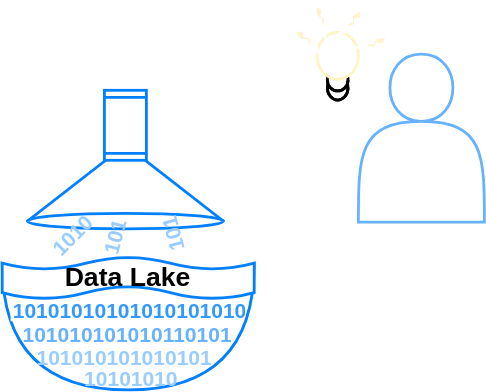
lizhebio/doc-ANNOVAR keeps this draw.io diagram as datalake.svg. Above is the earlier version. Source tidied: cells renumbered, new cells last; positions are measured from the earlier drawing's top-left corner, leaving out a move shared by most shapes.
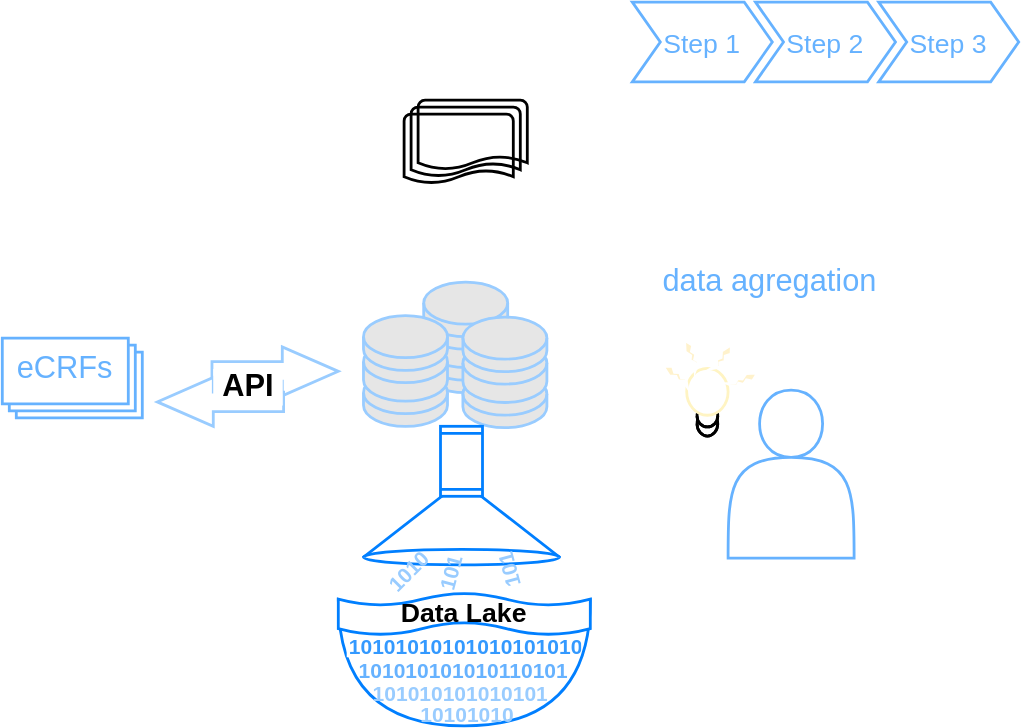
The same file after the commit.

The edit, as a diff of the source:
```diff
@@ -2,11 +2,20 @@
   <root>
     <mxCell id="0" />
     <mxCell id="1" parent="0" />
-    <mxCell id="2" style="verticalLabelPosition=bottom;verticalAlign=top;html=1;shape=mxgraph.basic.cone;fontSize=19;fontColor=#66B2FF;strokeColor=#007FFF;strokeWidth=2;" parent="1" vertex="1">
-      <mxGeometry x="18" y="102" width="140" height="60" as="geometry" />
-    </mxCell>
+    <mxCell id="25" style="group;" parent="1" vertex="1">
+      <mxGeometry x="37" y="-40" width="60" height="79" as="geometry" />
+    </mxCell>
+    <mxCell id="26" style="shape=cylinder3;whiteSpace=wrap;html=1;boundedLbl=1;backgroundOutline=1;size=15;fontSize=22;fontColor=#66B2FF;strokeColor=#99CCFF;strokeWidth=2;fillColor=#E6E6E6;" parent="25" vertex="1">
+      <mxGeometry y="40" width="60" height="39" as="geometry" />
+    </mxCell>
+    <mxCell id="27" style="shape=cylinder3;whiteSpace=wrap;html=1;boundedLbl=1;backgroundOutline=1;size=15;fontSize=22;fontColor=#66B2FF;strokeColor=#99CCFF;strokeWidth=2;fillColor=#E6E6E6;" parent="25" vertex="1">
+      <mxGeometry y="17.8" width="60" height="43.2" as="geometry" />
+    </mxCell>
+    <mxCell id="28" style="shape=cylinder3;whiteSpace=wrap;html=1;boundedLbl=1;backgroundOutline=1;size=15;fontSize=22;fontColor=#66B2FF;strokeColor=#99CCFF;strokeWidth=2;fillColor=#E6E6E6;" parent="25" vertex="1">
+      <mxGeometry width="60" height="39" as="geometry" />
+    </mxCell>
     <mxCell id="3" style="group;" parent="1" vertex="1">
-      <mxGeometry y="182" width="180" height="95" as="geometry" />
+      <mxGeometry x="-24" y="182" width="180" height="95" as="geometry" />
     </mxCell>
     <mxCell id="4" style="shape=xor;whiteSpace=wrap;html=1;direction=south;strokeColor=#007FFF;strokeWidth=2;" parent="3" vertex="1">
       <mxGeometry y="5" width="180" height="90" as="geometry" />
@@ -32,18 +41,6 @@
     <mxCell id="11" value="&lt;h4&gt;&lt;b&gt;&lt;font style=&quot;font-size: 19px;&quot; color=&quot;#000000&quot;&gt;Data Lake&lt;/font&gt;&lt;/b&gt;&lt;/h4&gt;" style="text;html=1;strokeColor=none;fillColor=none;align=center;verticalAlign=middle;whiteSpace=wrap;rounded=0;fontSize=15;fontColor=#3399FF;" parent="3" vertex="1">
       <mxGeometry x="37" width="106" height="30" as="geometry" />
     </mxCell>
-    <mxCell id="12" style="shape=process;whiteSpace=wrap;html=1;backgroundOutline=1;fontSize=19;fontColor=#66B2FF;strokeColor=#007FFF;strokeWidth=2;direction=south;" parent="1" vertex="1">
-      <mxGeometry x="73" y="63" width="30" height="50" as="geometry" />
-    </mxCell>
-    <mxCell id="13" value="&lt;h1&gt;&lt;font color=&quot;#99ccff&quot; style=&quot;font-size: 15px;&quot;&gt;1010&lt;/font&gt;&lt;/h1&gt;" style="text;html=1;strokeColor=none;fillColor=none;spacing=5;spacingTop=-20;whiteSpace=wrap;overflow=hidden;rounded=0;rotation=-45;" parent="1" vertex="1">
-      <mxGeometry x="22.7" y="145.3" width="48" height="30" as="geometry" />
-    </mxCell>
-    <mxCell id="14" value="&lt;h1&gt;&lt;font color=&quot;#99ccff&quot; style=&quot;font-size: 15px;&quot;&gt;101&lt;/font&gt;&lt;/h1&gt;" style="text;html=1;strokeColor=none;fillColor=none;spacing=5;spacingTop=-20;whiteSpace=wrap;overflow=hidden;rounded=0;rotation=-75;" parent="1" vertex="1">
-      <mxGeometry x="56" y="150" width="36" height="30" as="geometry" />
-    </mxCell>
-    <mxCell id="15" value="&lt;h1&gt;&lt;font color=&quot;#99ccff&quot; style=&quot;font-size: 15px;&quot;&gt;101&lt;/font&gt;&lt;/h1&gt;" style="text;html=1;strokeColor=none;fillColor=none;spacing=5;spacingTop=-20;whiteSpace=wrap;overflow=hidden;rounded=0;rotation=-105;" parent="1" vertex="1">
-      <mxGeometry x="97" y="152" width="36" height="30" as="geometry" />
-    </mxCell>
     <mxCell id="16" style="group;" parent="1" vertex="1">
       <mxGeometry x="206" width="138.4" height="157.2" as="geometry" />
     </mxCell>
@@ -71,5 +68,83 @@
     <mxCell id="24" style="shape=actor;whiteSpace=wrap;html=1;fontSize=19;fontColor=#66B2FF;strokeColor=#66B2FF;strokeWidth=2;fillColor=#FFFFFF;" parent="16" vertex="1">
       <mxGeometry x="48.4" y="37.2" width="90" height="120" as="geometry" />
     </mxCell>
+    <mxCell id="29" style="group;" parent="1" vertex="1">
+      <mxGeometry x="-264" width="100" height="57" as="geometry" />
+    </mxCell>
+    <mxCell id="30" style="verticalLabelPosition=bottom;verticalAlign=top;html=1;shape=mxgraph.basic.layered_rect;dx=10;fontSize=19;fontColor=#66B2FF;strokeColor=#66B2FF;strokeWidth=2;fillColor=#FFFFFF;" parent="29" vertex="1">
+      <mxGeometry width="100" height="57" as="geometry" />
+    </mxCell>
+    <mxCell id="31" value="eCRFs" style="text;html=1;strokeColor=none;fillColor=none;align=center;verticalAlign=middle;whiteSpace=wrap;rounded=0;fontSize=22;fontColor=#66B2FF;" parent="29" vertex="1">
+      <mxGeometry x="15" y="6.7" width="60" height="30" as="geometry" />
+    </mxCell>
+    <mxCell id="32" value="Step 3" style="shape=step;perimeter=stepPerimeter;fixedSize=1;fontSize=19;fontColor=#66B2FF;strokeColor=#66B2FF;strokeWidth=2;fillColor=#FFFFFF;" parent="1" vertex="1">
+      <mxGeometry x="362" y="-240" width="100" height="57" as="geometry" />
+    </mxCell>
+    <mxCell id="33" value="Step 2" style="shape=step;perimeter=stepPerimeter;fixedSize=1;fontSize=19;fontColor=#66B2FF;strokeColor=#66B2FF;strokeWidth=2;fillColor=#FFFFFF;" parent="1" vertex="1">
+      <mxGeometry x="274" y="-240" width="100" height="57" as="geometry" />
+    </mxCell>
+    <mxCell id="34" value="Step 1" style="shape=step;perimeter=stepPerimeter;fixedSize=1;fontSize=19;fontColor=#66B2FF;strokeColor=#66B2FF;strokeWidth=2;fillColor=#FFFFFF;" parent="1" vertex="1">
+      <mxGeometry x="186" y="-240" width="100" height="57" as="geometry" />
+    </mxCell>
+    <mxCell id="35" style="group;" parent="1" vertex="1">
+      <mxGeometry x="-153.3" y="6.3" width="129.3" height="56.7" as="geometry" />
+    </mxCell>
+    <mxCell id="36" style="verticalLabelPosition=bottom;verticalAlign=top;html=1;strokeWidth=2;shape=mxgraph.arrows2.arrow;dy=0.6;dx=40;notch=0;fontSize=19;fontColor=#66B2FF;fillColor=#FFFFFF;strokeColor=#99CCFF;" parent="35" vertex="1">
+      <mxGeometry x="39.1" width="90.2" height="34.9" as="geometry" />
+    </mxCell>
+    <mxCell id="37" style="verticalLabelPosition=bottom;verticalAlign=top;html=1;strokeWidth=2;shape=mxgraph.arrows2.arrow;dy=0.6;dx=40;notch=0;fontSize=19;fontColor=#66B2FF;fillColor=#FFFFFF;direction=west;strokeColor=#99CCFF;" parent="35" vertex="1">
+      <mxGeometry y="21.8" width="90.2" height="34.9" as="geometry" />
+    </mxCell>
+    <mxCell id="38" value="&lt;b&gt;&lt;font style=&quot;font-size: 22px;&quot;&gt;API&lt;/font&gt;&lt;/b&gt;" style="text;html=1;align=center;verticalAlign=middle;whiteSpace=wrap;rounded=0;fontSize=19;fillColor=#FFFFFF;" parent="35" vertex="1">
+      <mxGeometry x="40" y="15.7" width="49.6" height="26.2" as="geometry" />
+    </mxCell>
+    <mxCell id="39" style="group;" parent="1" vertex="1">
+      <mxGeometry x="-6" y="-16" width="60" height="79" as="geometry" />
+    </mxCell>
+    <mxCell id="40" style="shape=cylinder3;whiteSpace=wrap;html=1;boundedLbl=1;backgroundOutline=1;size=15;fontSize=22;fontColor=#66B2FF;strokeColor=#99CCFF;strokeWidth=2;fillColor=#E6E6E6;" parent="39" vertex="1">
+      <mxGeometry y="40" width="60" height="39" as="geometry" />
+    </mxCell>
+    <mxCell id="41" style="shape=cylinder3;whiteSpace=wrap;html=1;boundedLbl=1;backgroundOutline=1;size=15;fontSize=22;fontColor=#66B2FF;strokeColor=#99CCFF;strokeWidth=2;fillColor=#E6E6E6;" parent="39" vertex="1">
+      <mxGeometry y="17.8" width="60" height="43.2" as="geometry" />
+    </mxCell>
+    <mxCell id="42" style="shape=cylinder3;whiteSpace=wrap;html=1;boundedLbl=1;backgroundOutline=1;size=15;fontSize=22;fontColor=#66B2FF;strokeColor=#99CCFF;strokeWidth=2;fillColor=#E6E6E6;" parent="39" vertex="1">
+      <mxGeometry width="60" height="39" as="geometry" />
+    </mxCell>
+    <mxCell id="43" style="group;" parent="1" vertex="1">
+      <mxGeometry x="65" y="-15" width="60" height="79" as="geometry" />
+    </mxCell>
+    <mxCell id="44" style="shape=cylinder3;whiteSpace=wrap;html=1;boundedLbl=1;backgroundOutline=1;size=15;fontSize=22;fontColor=#66B2FF;strokeColor=#99CCFF;strokeWidth=2;fillColor=#E6E6E6;" parent="43" vertex="1">
+      <mxGeometry y="40" width="60" height="39" as="geometry" />
+    </mxCell>
+    <mxCell id="45" style="shape=cylinder3;whiteSpace=wrap;html=1;boundedLbl=1;backgroundOutline=1;size=15;fontSize=22;fontColor=#66B2FF;strokeColor=#99CCFF;strokeWidth=2;fillColor=#E6E6E6;" parent="43" vertex="1">
+      <mxGeometry y="17.8" width="60" height="43.2" as="geometry" />
+    </mxCell>
+    <mxCell id="46" style="shape=cylinder3;whiteSpace=wrap;html=1;boundedLbl=1;backgroundOutline=1;size=15;fontSize=22;fontColor=#66B2FF;strokeColor=#99CCFF;strokeWidth=2;fillColor=#E6E6E6;" parent="43" vertex="1">
+      <mxGeometry width="60" height="39" as="geometry" />
+    </mxCell>
+    <mxCell id="47" style="group;" parent="1" vertex="1">
+      <mxGeometry x="-6" y="63" width="140" height="125.3" as="geometry" />
+    </mxCell>
+    <mxCell id="2" style="verticalLabelPosition=bottom;verticalAlign=top;html=1;shape=mxgraph.basic.cone;fontSize=19;fontColor=#66B2FF;strokeColor=#007FFF;strokeWidth=2;" parent="47" vertex="1">
+      <mxGeometry y="39" width="140" height="60" as="geometry" />
+    </mxCell>
+    <mxCell id="12" style="shape=process;whiteSpace=wrap;html=1;backgroundOutline=1;fontSize=19;fontColor=#66B2FF;strokeColor=#007FFF;strokeWidth=2;direction=south;" parent="47" vertex="1">
+      <mxGeometry x="55" width="30" height="50" as="geometry" />
+    </mxCell>
+    <mxCell id="13" value="&lt;h1&gt;&lt;font color=&quot;#99ccff&quot; style=&quot;font-size: 15px;&quot;&gt;1010&lt;/font&gt;&lt;/h1&gt;" style="text;html=1;strokeColor=none;fillColor=none;spacing=5;spacingTop=-20;whiteSpace=wrap;overflow=hidden;rounded=0;rotation=-45;" parent="47" vertex="1">
+      <mxGeometry x="4.7" y="82.3" width="48" height="30" as="geometry" />
+    </mxCell>
+    <mxCell id="14" value="&lt;h1&gt;&lt;font color=&quot;#99ccff&quot; style=&quot;font-size: 15px;&quot;&gt;101&lt;/font&gt;&lt;/h1&gt;" style="text;html=1;strokeColor=none;fillColor=none;spacing=5;spacingTop=-20;whiteSpace=wrap;overflow=hidden;rounded=0;rotation=-75;" parent="47" vertex="1">
+      <mxGeometry x="38" y="87" width="36" height="30" as="geometry" />
+    </mxCell>
+    <mxCell id="15" value="&lt;h1&gt;&lt;font color=&quot;#99ccff&quot; style=&quot;font-size: 15px;&quot;&gt;101&lt;/font&gt;&lt;/h1&gt;" style="text;html=1;strokeColor=none;fillColor=none;spacing=5;spacingTop=-20;whiteSpace=wrap;overflow=hidden;rounded=0;rotation=-105;" parent="47" vertex="1">
+      <mxGeometry x="79" y="89" width="36" height="30" as="geometry" />
+    </mxCell>
+    <mxCell id="48" value="data agregation" style="text;whiteSpace=wrap;html=1;fontSize=22;fontColor=#66B2FF;" parent="1" vertex="1">
+      <mxGeometry x="206" y="-60" width="180" height="40" as="geometry" />
+    </mxCell>
+    <mxCell id="49" style="strokeWidth=2;html=1;shape=mxgraph.flowchart.multi-document;whiteSpace=wrap;fontSize=22;fontColor=#66B2FF;fillColor=none;" parent="1" vertex="1">
+      <mxGeometry x="23" y="-170" width="88" height="60" as="geometry" />
+    </mxCell>
   </root>
 </mxGraphModel>
```
